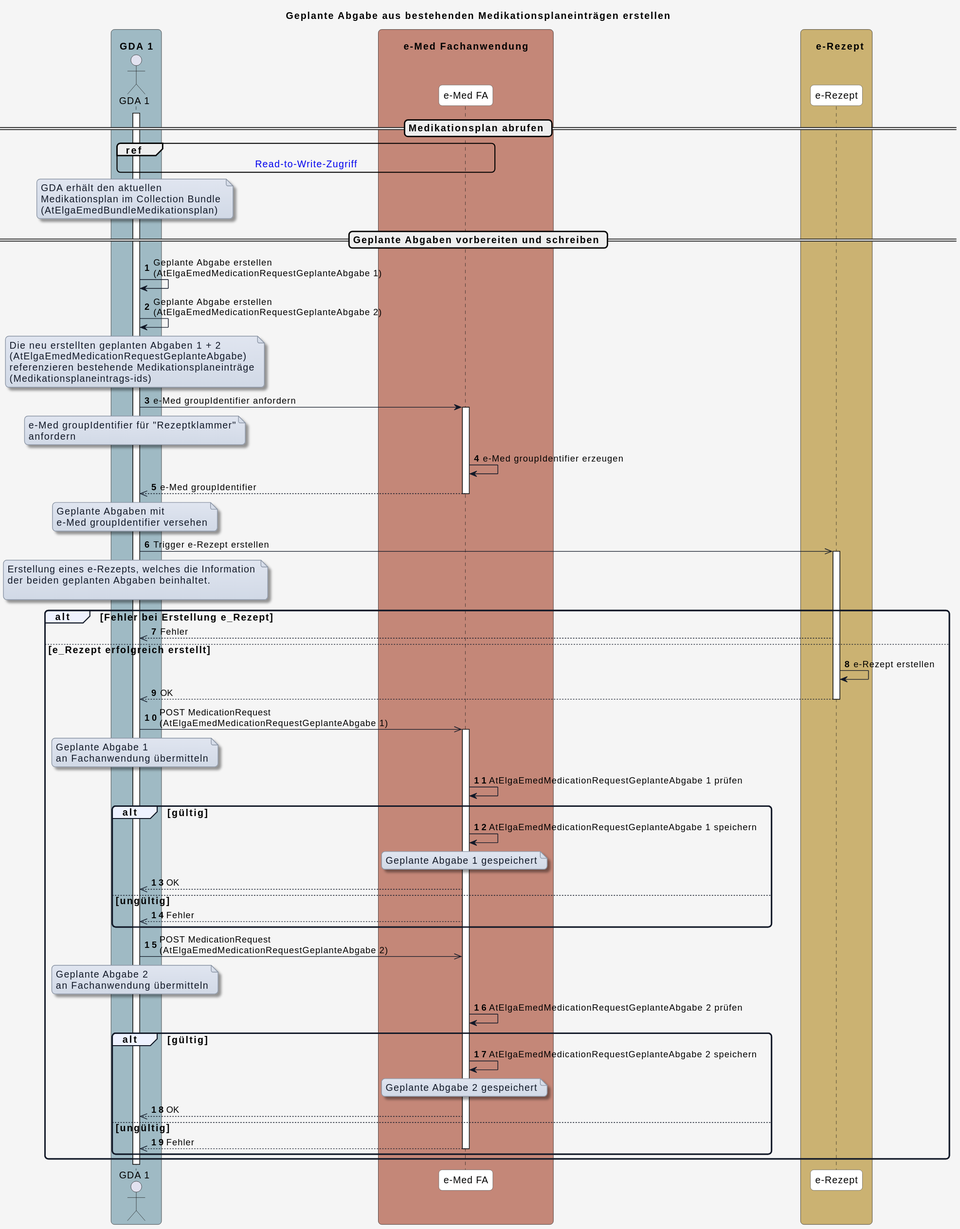
This is input/images/plantuml/UC_eMed_08_01.svg from HL7Austria/ELGA-e-Medikation-R4, a PlantUML export, as it was before one commit.
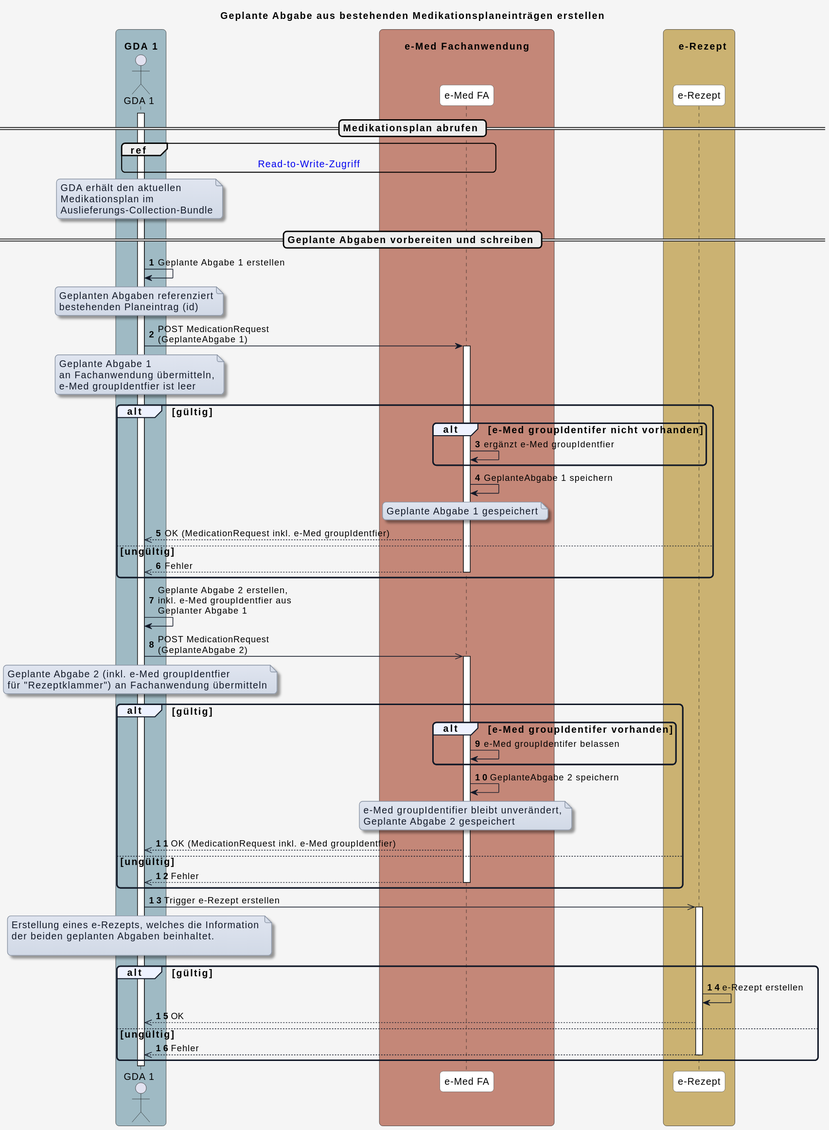
Above is the later version.

Change to the diagram source:
```diff
@@ -62,38 +62,69 @@
 
 note over GDA_1
 GDA erhält den aktuellen
-Medikationsplan im Collection Bundle
-(AtElgaEmedBundleMedikationsplan)
+Medikationsplan im
+Auslieferungs-Collection-Bundle
 end note
 
 == Geplante Abgaben vorbereiten und schreiben ==
 
-GDA_1 -> GDA_1: Geplante Abgabe erstellen\n(AtElgaEmedMedicationRequestGeplanteAbgabe 1)
-GDA_1 -> GDA_1: Geplante Abgabe erstellen\n(AtElgaEmedMedicationRequestGeplanteAbgabe 2)
+GDA_1 -> GDA_1: Geplante Abgabe 1 erstellen
 note over GDA_1
-Die neu erstellten geplanten Abgaben 1 + 2
-(AtElgaEmedMedicationRequestGeplanteAbgabe)
-referenzieren bestehende Medikationsplaneinträge
-(Medikationsplaneintrags-ids)
+Geplanten Abgaben referenziert
+bestehenden Planeintrag (id)
 end note
 
-
-GDA_1 -> eMed_FA: e-Med groupIdentifier anfordern
+GDA_1 -> eMed_FA: POST MedicationRequest\n(GeplanteAbgabe 1)
+activate eMed_FA
 
 note over GDA_1
-e-Med groupIdentifier für "Rezeptklammer"
-anfordern
+Geplante Abgabe 1
+an Fachanwendung übermitteln,
+e-Med groupIdentfier ist leer
 end note
 
+alt gültig
+  alt e-Med groupIdentifer nicht vorhanden
+    eMed_FA -> eMed_FA: ergänzt e-Med groupIdentfier
+  end
+
+  eMed_FA -> eMed_FA: GeplanteAbgabe 1 speichern
+
+  note over eMed_FA
+  Geplante Abgabe 1 gespeichert
+  end note
+
+  eMed_FA -->> GDA_1: OK (MedicationRequest inkl. e-Med groupIdentfier)
+else ungültig
+  eMed_FA -->> GDA_1: Fehler
+  deactivate eMed_FA
+end
+
+GDA_1 -> GDA_1: Geplante Abgabe 2 erstellen,\ninkl. e-Med groupIdentfier aus\nGeplanter Abgabe 1
+
+GDA_1 ->> eMed_FA: POST MedicationRequest\n(GeplanteAbgabe 2)
 activate eMed_FA
-eMed_FA -> eMed_FA: e-Med groupIdentifier erzeugen
-eMed_FA -->> GDA_1: e-Med groupIdentifier
-deactivate eMed_FA
+note over GDA_1
+Geplante Abgabe 2 (inkl. e-Med groupIdentfier
+für "Rezeptklammer") an Fachanwendung übermitteln
+end note
 
-note over GDA_1
-Geplante Abgaben mit
-e-Med groupIdentifier versehen
-end note
+alt gültig
+  alt e-Med groupIdentifer vorhanden
+    eMed_FA -> eMed_FA: e-Med groupIdentifer belassen
+  end
+  eMed_FA -> eMed_FA: GeplanteAbgabe 2 speichern
+
+  note over eMed_FA
+  e-Med groupIdentifier bleibt unverändert,
+  Geplante Abgabe 2 gespeichert
+  end note
+
+  eMed_FA -->> GDA_1: OK (MedicationRequest inkl. e-Med groupIdentfier)
+else ungültig
+  eMed_FA -->> GDA_1: Fehler
+  deactivate eMed_FA
+end
 
 GDA_1 ->> e_Rezept: Trigger e-Rezept erstellen
 note over GDA_1
@@ -103,55 +134,12 @@
 end note
 activate e_Rezept
 
-alt Fehler bei Erstellung e_Rezept
-
-  e_Rezept -->> GDA_1: Fehler
-
-else e_Rezept erfolgreich erstellt
+alt gültig
   e_Rezept -> e_Rezept: e-Rezept erstellen
   e_Rezept -->> GDA_1: OK
+
+else ungültig
+  e_Rezept -->> GDA_1: Fehler
   deactivate e_Rezept
-  GDA_1 ->> eMed_FA: POST MedicationRequest\n(AtElgaEmedMedicationRequestGeplanteAbgabe 1)
-  activate eMed_FA
-  note over GDA_1
-  Geplante Abgabe 1
-  an Fachanwendung übermitteln
-  end note
-
-
-eMed_FA -> eMed_FA: AtElgaEmedMedicationRequestGeplanteAbgabe 1 prüfen
-alt gültig
-  eMed_FA -> eMed_FA: AtElgaEmedMedicationRequestGeplanteAbgabe 1 speichern
-
-  note over eMed_FA
-  Geplante Abgabe 1 gespeichert
-  end note
-
-  eMed_FA -->> GDA_1: OK
-  else ungültig
-    eMed_FA -->> GDA_1: Fehler
-  end
-
-  GDA_1 ->> eMed_FA: POST MedicationRequest\n(AtElgaEmedMedicationRequestGeplanteAbgabe 2)
-  note over GDA_1
-  Geplante Abgabe 2
-  an Fachanwendung übermitteln
-  end note
-
-  eMed_FA -> eMed_FA: AtElgaEmedMedicationRequestGeplanteAbgabe 2 prüfen
-  alt gültig
-    eMed_FA -> eMed_FA: AtElgaEmedMedicationRequestGeplanteAbgabe 2 speichern
-
-    note over eMed_FA
-    Geplante Abgabe 2 gespeichert
-    end note
-
-    eMed_FA -->> GDA_1: OK
-  else ungültig
-    eMed_FA -->> GDA_1: Fehler
-    deactivate eMed_FA
-  end
-
-
 end
 @enduml
```
